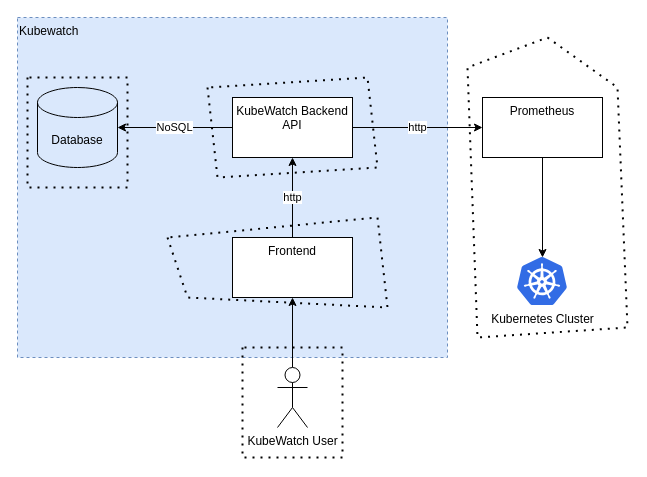
Earlier version of the draw.io diagram Documentation/src/02_product-documentation/threat_model_diagram.drawio (KubeWatch-Monitoring/KubeWatch). Source tidied: cells renumbered, new cells numbered last; positions are measured from the earlier drawing's top-left corner, leaving out a move shared by most shapes. Both pictures are drawn from the tidied source at 100%, with x=0, y=0 at pixel (17, 17).
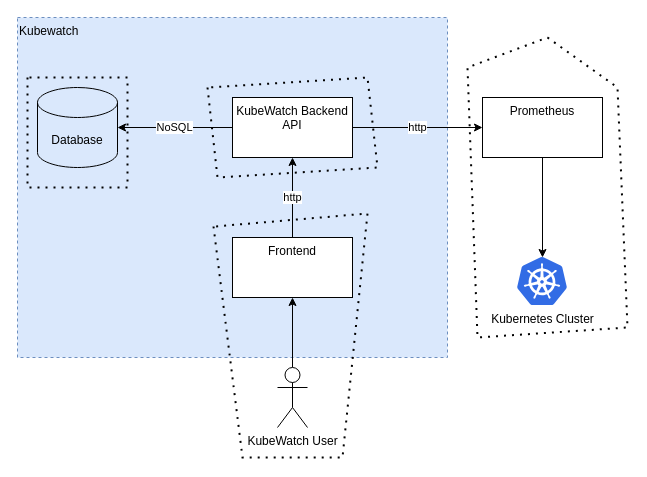
Above is the later version.

Commit message (it also covers changes not shown here):
update Threat Model

Unchanged cells that the change refers to:
```xml
<mxCell id="2" value="Kubewatch" style="rounded=0;whiteSpace=wrap;html=1;dashed=1;fillColor=#dae8fc;align=left;verticalAlign=top;strokeColor=#6c8ebf;" parent="1" vertex="1">
  <mxGeometry width="430" height="340" as="geometry" />
</mxCell>
```

Diff of the diagram source:
```diff
@@
-    <mxCell id="15" style="endArrow=none;dashed=1;html=1;dashPattern=1 3;strokeWidth=2;rounded=0;" parent="1" edge="1">
-      <mxGeometry relative="1" as="geometry">
-        <mxPoint x="150" y="220" as="sourcePoint" />
-        <mxPoint x="150" y="220" as="targetPoint" />
-        <Array as="points">
-          <mxPoint x="170" y="280" />
-          <mxPoint x="370" y="290" />
-          <mxPoint x="360" y="200" />
-        </Array>
-      </mxGeometry>
-    </mxCell>
@@
-    <mxCell id="18" style="endArrow=none;dashed=1;html=1;dashPattern=1 3;strokeWidth=2;rounded=0;" parent="1" edge="1">
+    <mxCell id="18" style="endArrow=none;dashed=1;html=1;dashPattern=1 3;strokeWidth=2;rounded=0;entryX=0.456;entryY=0.615;entryDx=0;entryDy=0;entryPerimeter=0;" parent="1" edge="1" target="2">
       <mxGeometry relative="1" as="geometry">
-        <mxPoint x="225" y="330" as="sourcePoint" />
-        <mxPoint x="225" y="330" as="targetPoint" />
+        <mxPoint x="196" y="209" as="sourcePoint" />
         <Array as="points">
           <mxPoint x="225" y="440" />
           <mxPoint x="325" y="440" />
-          <mxPoint x="325" y="330" />
+          <mxPoint x="350" y="196" />
         </Array>
       </mxGeometry>
     </mxCell>
```
